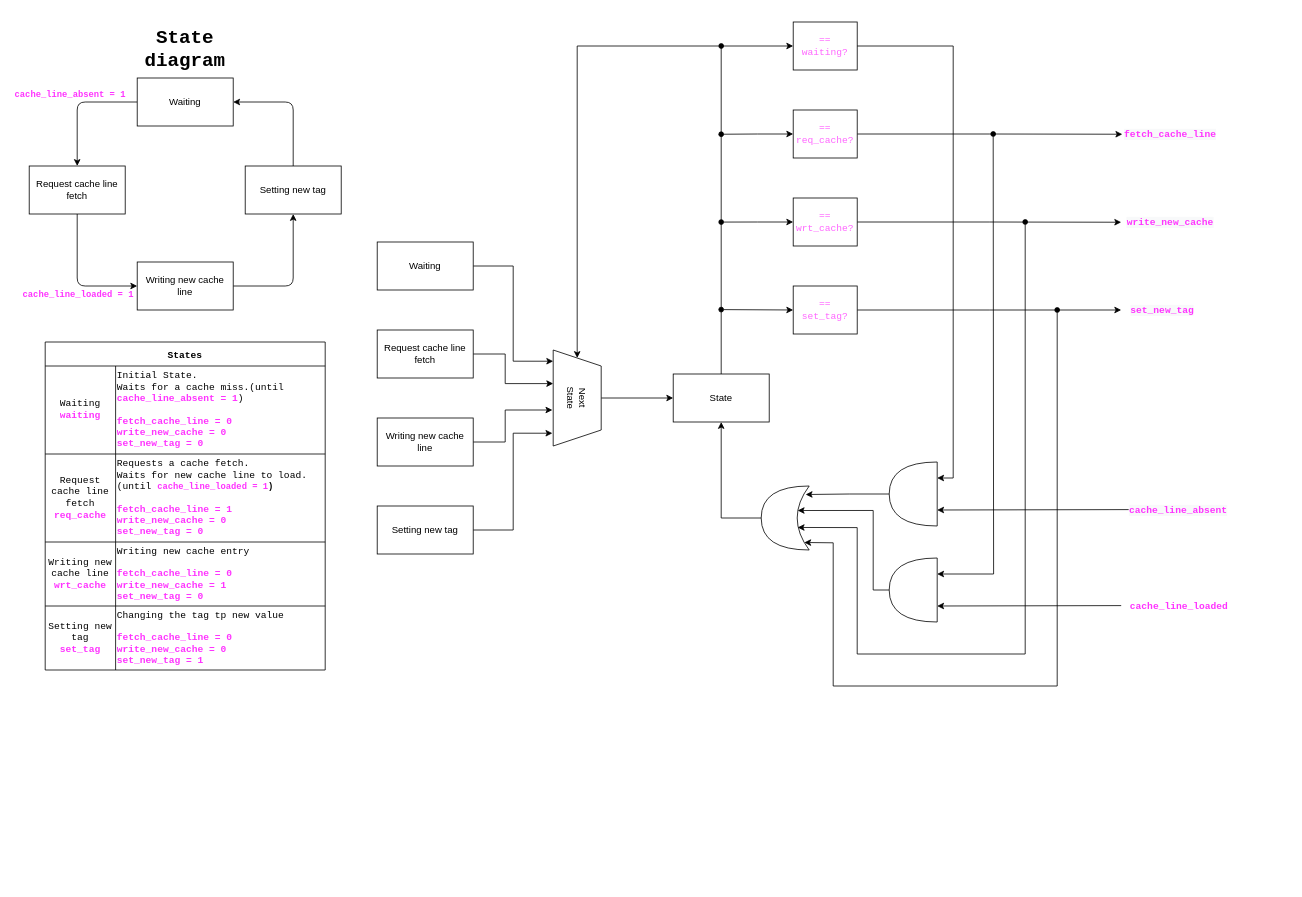
Before: page "L1 I-cache write" (2 of 2) of Circuit_Drawings/New Circuit.drawio in Kaveesha-98/065-538-720-GNC, a draw.io diagram. Source tidied: cells renumbered, new cells numbered last; positions are measured from the earlier drawing's top-left corner, leaving out a move shared by most shapes. Both pictures are drawn from the tidied source at 80%, with x=0, y=0 at pixel (29, 22).
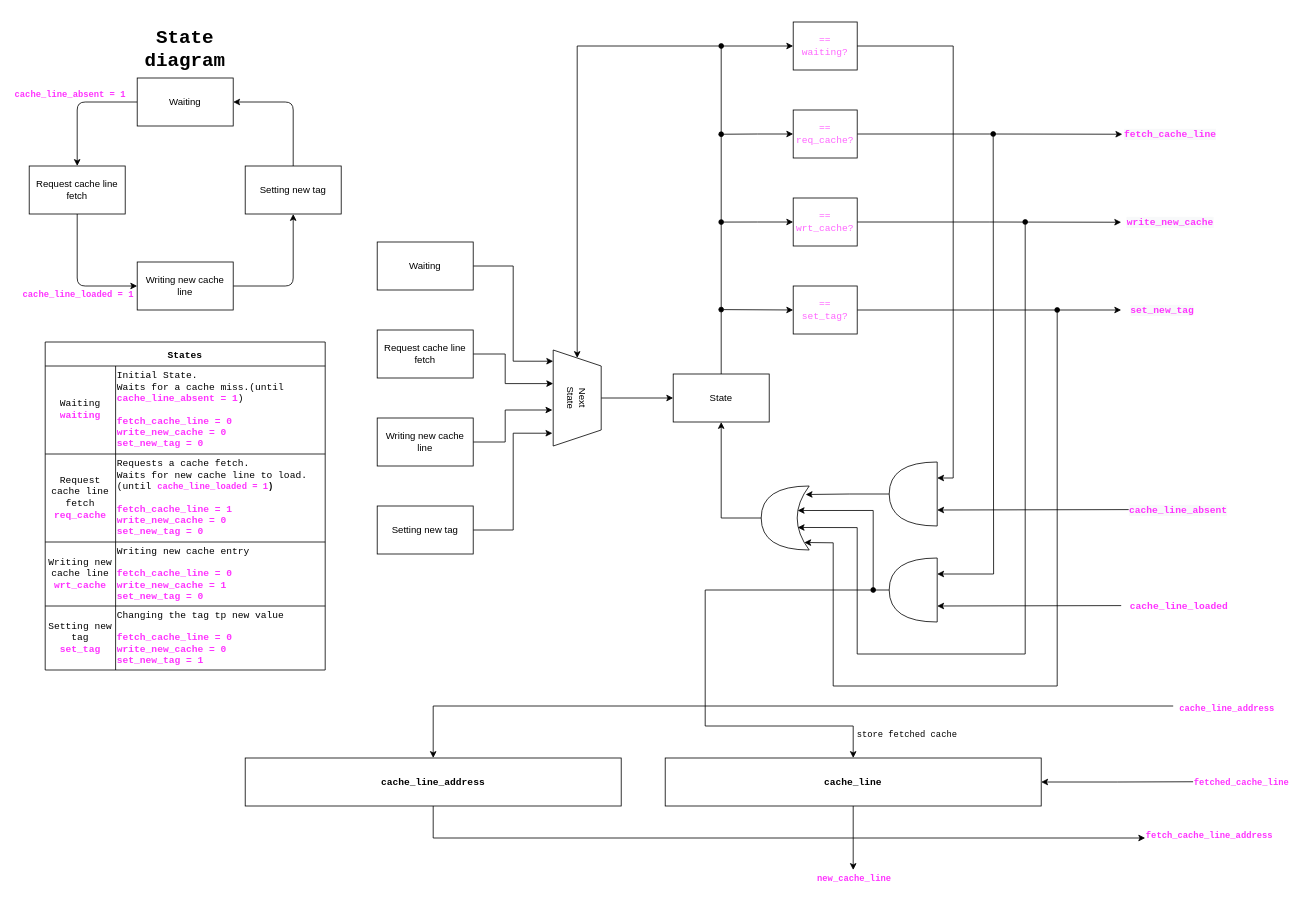
The same page after the edit.

The edit, as a diff of the source:
```diff
@@
+    <mxCell id="66" style="edgeStyle=orthogonalEdgeStyle;rounded=0;jettySize=auto;html=1;exitX=0.5;exitY=0;exitDx=0;exitDy=0;fontFamily=Courier New;endArrow=oval;endFill=1;startArrow=classic;startFill=1;" parent="1" edge="1" source="72">
+      <mxGeometry relative="1" as="geometry">
+        <mxPoint x="1055" y="710" as="targetPoint" />
+        <Array as="points">
+          <mxPoint x="1030" y="880" />
+          <mxPoint x="845" y="880" />
+          <mxPoint x="845" y="710" />
+        </Array>
+      </mxGeometry>
+    </mxCell>
+    <mxCell id="67" value="store fetched cache" style="edgeLabel;html=1;align=center;verticalAlign=middle;fontFamily=Courier New;" parent="66" vertex="1">
+      <mxGeometry x="-0.73" y="3" relative="1" as="geometry">
+        <mxPoint x="108" y="7" as="offset" />
+      </mxGeometry>
+    </mxCell>
+    <mxCell id="68" style="edgeStyle=orthogonalEdgeStyle;rounded=0;jettySize=auto;html=1;exitX=0.5;exitY=1;exitDx=0;exitDy=0;fontFamily=Courier New;startArrow=none;startFill=0;endArrow=classic;endFill=1;" parent="1" edge="1" source="72">
+      <mxGeometry relative="1" as="geometry">
+        <mxPoint x="1030" y="1060" as="targetPoint" />
+      </mxGeometry>
+    </mxCell>
+    <mxCell id="69" value="&lt;b style=&quot;color: rgb(255 , 51 , 255)&quot;&gt;new_cache_line&lt;/b&gt;" style="edgeLabel;html=1;align=center;verticalAlign=middle;fontFamily=Courier New;" parent="68" vertex="1">
+      <mxGeometry x="-0.56" y="-1" relative="1" as="geometry">
+        <mxPoint x="1" y="72" as="offset" />
+      </mxGeometry>
+    </mxCell>
+    <mxCell id="70" style="edgeStyle=orthogonalEdgeStyle;rounded=0;jettySize=auto;html=1;exitX=1;exitY=0.5;exitDx=0;exitDy=0;fontFamily=Courier New;startArrow=classic;startFill=1;endArrow=none;endFill=0;" parent="1" edge="1" source="72">
+      <mxGeometry relative="1" as="geometry">
+        <mxPoint x="1455" y="949.7" as="targetPoint" />
+      </mxGeometry>
+    </mxCell>
+    <mxCell id="71" value="&lt;b style=&quot;color: rgb(255 , 51 , 255)&quot;&gt;fetched_cache_line&lt;br&gt;&lt;/b&gt;" style="edgeLabel;html=1;align=center;verticalAlign=middle;fontFamily=Courier New;" parent="70" vertex="1">
+      <mxGeometry x="0.37" y="-2" relative="1" as="geometry">
+        <mxPoint x="120" y="-2" as="offset" />
+      </mxGeometry>
+    </mxCell>
+    <mxCell id="72" value="&lt;font face=&quot;Courier New&quot;&gt;&lt;b&gt;cache_line&lt;/b&gt;&lt;/font&gt;" style="rounded=0;whiteSpace=wrap;html=1;" parent="1" vertex="1">
+      <mxGeometry x="795" y="920" width="470" height="60" as="geometry" />
+    </mxCell>
+    <mxCell id="73" style="edgeStyle=orthogonalEdgeStyle;rounded=0;jettySize=auto;html=1;exitX=0.5;exitY=0;exitDx=0;exitDy=0;fontFamily=Courier New;startArrow=classic;startFill=1;endArrow=none;endFill=0;" parent="1" edge="1" source="77">
+      <mxGeometry relative="1" as="geometry">
+        <mxPoint x="1430" y="855" as="targetPoint" />
+        <Array as="points">
+          <mxPoint x="505" y="855" />
+        </Array>
+      </mxGeometry>
+    </mxCell>
+    <mxCell id="74" value="&lt;b style=&quot;color: rgb(255 , 51 , 255)&quot;&gt;cache_line_address&lt;/b&gt;" style="edgeLabel;html=1;align=center;verticalAlign=middle;fontFamily=Courier New;" parent="73" vertex="1">
+      <mxGeometry x="0.8" y="-3" relative="1" as="geometry">
+        <mxPoint x="165" as="offset" />
+      </mxGeometry>
+    </mxCell>
+    <mxCell id="75" style="edgeStyle=orthogonalEdgeStyle;rounded=0;jettySize=auto;html=1;exitX=0.5;exitY=1;exitDx=0;exitDy=0;fontFamily=Courier New;startArrow=none;startFill=0;endArrow=classic;endFill=1;" parent="1" edge="1" source="77">
+      <mxGeometry relative="1" as="geometry">
+        <mxPoint x="1395" y="1020" as="targetPoint" />
+        <Array as="points">
+          <mxPoint x="505" y="1020" />
+        </Array>
+      </mxGeometry>
+    </mxCell>
+    <mxCell id="76" value="&lt;b style=&quot;color: rgb(255 , 51 , 255)&quot;&gt;fetch_cache_line_address&lt;/b&gt;" style="edgeLabel;html=1;align=center;verticalAlign=middle;fontFamily=Courier New;" parent="75" vertex="1">
+      <mxGeometry x="0.89" y="4" relative="1" as="geometry">
+        <mxPoint x="130" as="offset" />
+      </mxGeometry>
+    </mxCell>
+    <mxCell id="77" value="&lt;font face=&quot;Courier New&quot;&gt;&lt;b&gt;cache_line_address&lt;/b&gt;&lt;/font&gt;" style="rounded=0;whiteSpace=wrap;html=1;" parent="1" vertex="1">
+      <mxGeometry x="270" y="920" width="470" height="60" as="geometry" />
+    </mxCell>
```
